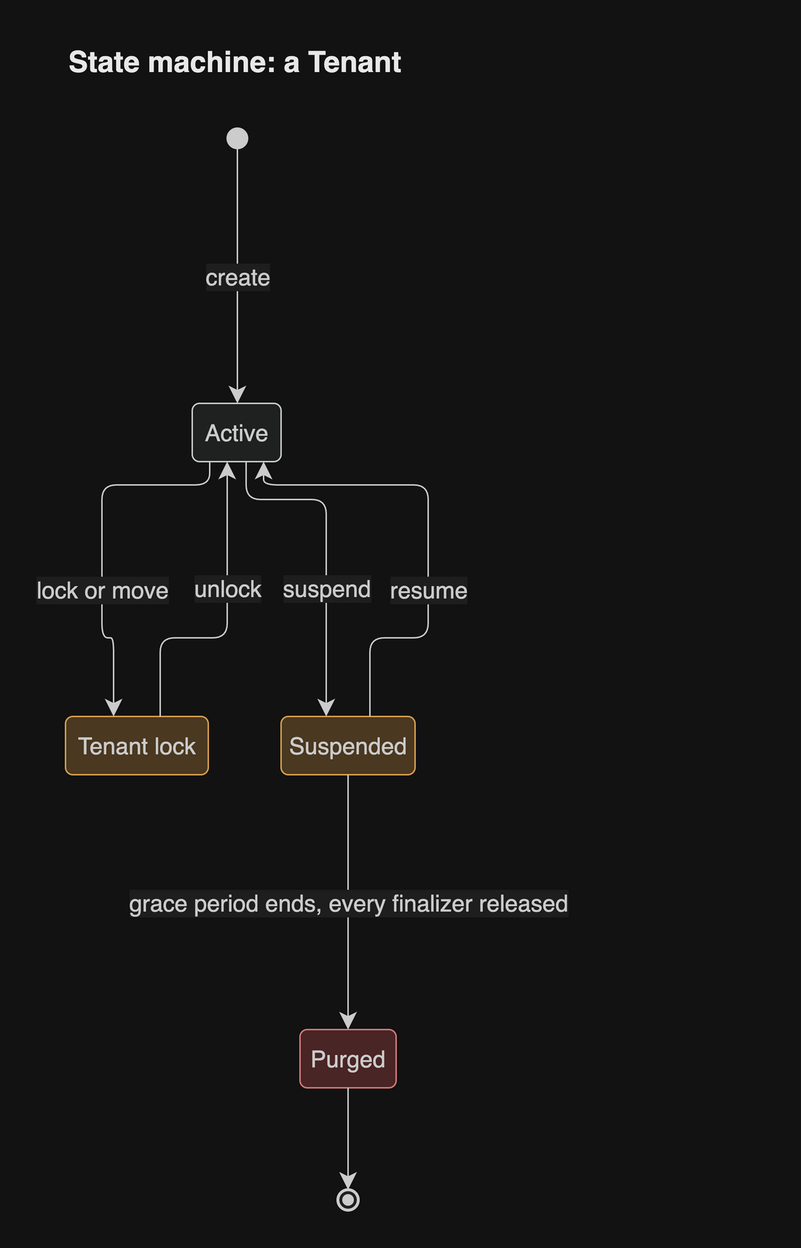
Above: docs/diagrams/png/state-tenant.png in JorisJonkers-dev/estate-kit (draw.io), before the change. Source tidied: cells renumbered, new cells last; positions are measured from the earlier drawing's top-left corner, leaving out a move shared by most shapes.
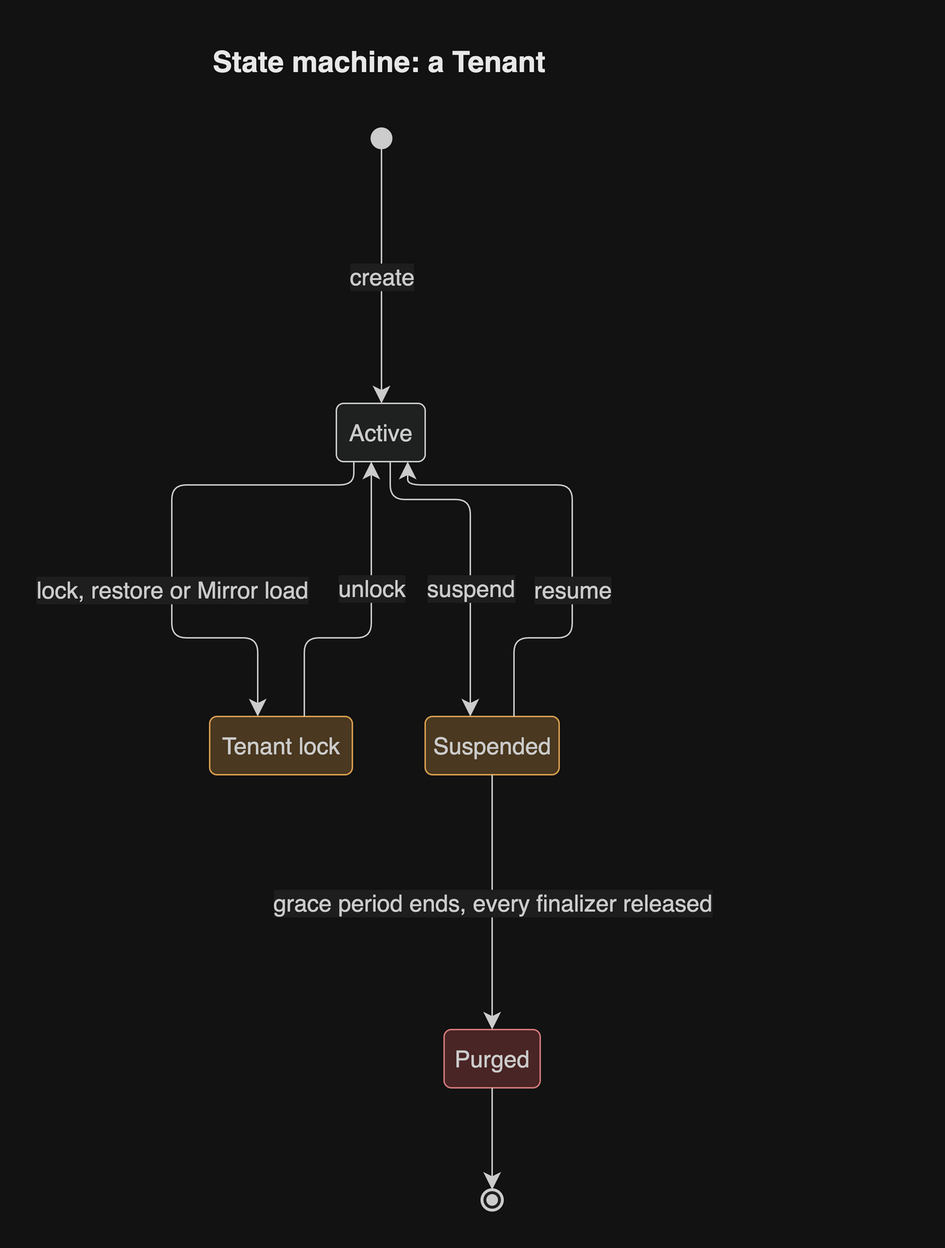
Later version of the same file.

Diff of the diagram source:
```diff
@@ -27,12 +27,12 @@
         </Array>
       </mxGeometry>
     </mxCell>
-    <mxCell id="9" value="lock or move" style="curved=0;startArrow=none;endArrow=classic;endSize=9;fillColor=none;strokeColor=light-dark(#333333,#cccccc);html=1;fontSize=16;fontColor=light-dark(#333333,#cccccc);rounded=1;exitX=0.1967;exitY=1;entryX=0.3367;entryY=0;edgeStyle=orthogonalEdgeStyle;fontFamily=Helvetica;labelBackgroundColor=light-dark(#ffffff,#1e1e1e);" parent="1" edge="1" source="4" target="2">
+    <mxCell id="9" value="lock, restore or Mirror load" style="curved=0;startArrow=none;endArrow=classic;endSize=9;fillColor=none;strokeColor=light-dark(#333333,#cccccc);html=1;fontSize=16;fontColor=light-dark(#333333,#cccccc);rounded=1;exitX=0.1967;exitY=1;entryX=0.3367;entryY=0;edgeStyle=orthogonalEdgeStyle;fontFamily=Helvetica;labelBackgroundColor=light-dark(#ffffff,#1e1e1e);" parent="1" edge="1" source="4" target="2">
       <mxGeometry relative="1" as="geometry">
         <Array as="points">
           <mxPoint x="99" y="309" />
-          <mxPoint x="25" y="309" />
-          <mxPoint x="25" y="414" />
+          <mxPoint x="-26" y="309" />
+          <mxPoint x="-26" y="414" />
           <mxPoint x="33" y="414" />
         </Array>
         <mxPoint y="33" as="offset" />
```
